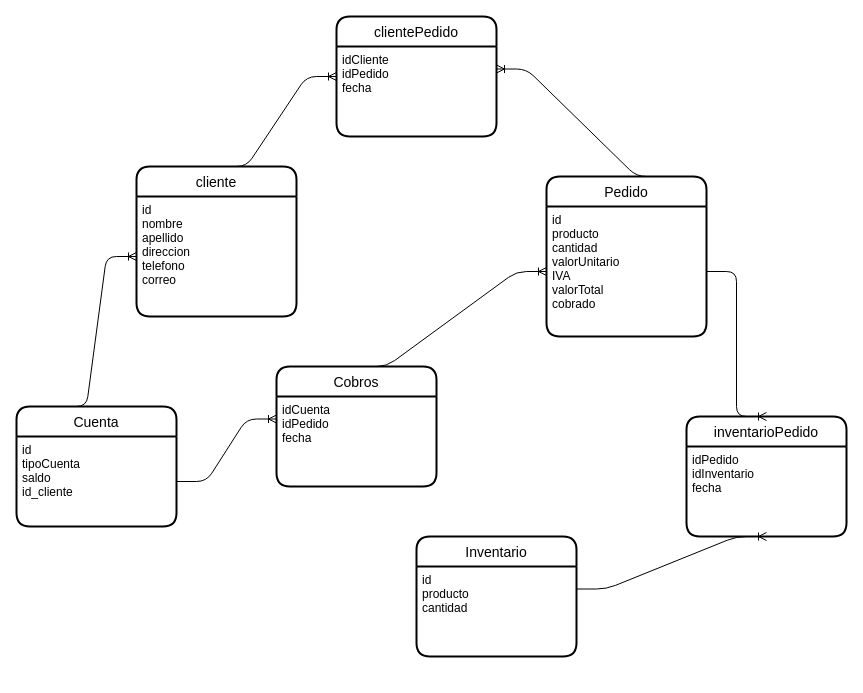
alejos17/MinTic2022-Ciclo2 keeps this draw.io diagram as page "Page-3" (3 of 3) of Untitled Diagram.drawio. Above is the earlier version. Source tidied: cells renumbered, new cells numbered last; positions are measured from the earlier drawing's top-left corner, leaving out a move shared by most shapes. Both pictures are drawn from the tidied source at 100%, with x=0, y=0 at pixel (16, 16).
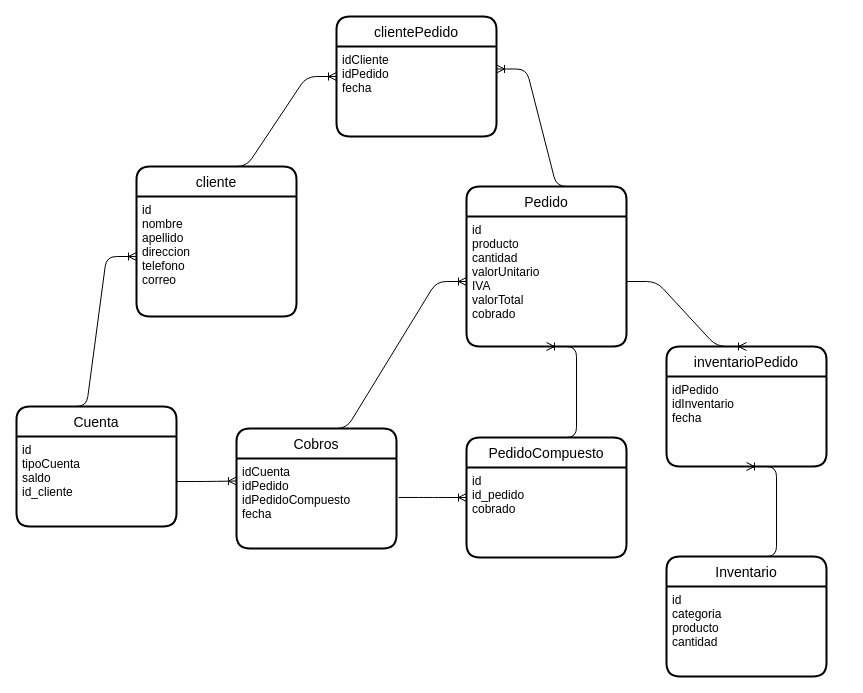
After the change.

Unchanged cells that the change refers to:
```xml
<mxCell id="7" value="id&#10;producto&#10;cantidad&#10;valorUnitario&#10;IVA&#10;valorTotal&#10;cobrado&#10;" style="align=left;strokeColor=none;fillColor=none;spacingLeft=4;fontSize=12;verticalAlign=top;" parent="6" vertex="1">
  <mxGeometry y="30" width="160" height="130" as="geometry" />
</mxCell>
<mxCell id="16" value="idPedido&#10;idInventario&#10;fecha&#10;" style="align=left;strokeColor=none;fillColor=none;spacingLeft=4;fontSize=12;verticalAlign=top;" parent="15" vertex="1">
  <mxGeometry y="30" width="160" height="90" as="geometry" />
</mxCell>
```

What changed in the source:
```diff
@@
     <mxCell id="6" value="Pedido" style="swimlane;horizontal=1;startSize=30;rounded=1;fontSize=14;fontStyle=0;strokeWidth=2;shadow=0;dashed=0;align=center;" parent="1" vertex="1">
-      <mxGeometry x="530" y="160" width="160" height="160" as="geometry" />
+      <mxGeometry x="450" y="170" width="160" height="160" as="geometry" />
     </mxCell>
@@
     <mxCell id="8" value="Inventario" style="swimlane;horizontal=1;startSize=30;rounded=1;fontSize=14;fontStyle=0;strokeWidth=2;shadow=0;dashed=0;align=center;" parent="1" vertex="1">
-      <mxGeometry x="400" y="520" width="160" height="120" as="geometry" />
+      <mxGeometry x="650" y="540" width="160" height="120" as="geometry" />
     </mxCell>
-    <mxCell id="9" value="id&#10;producto&#10;cantidad&#10;" style="align=left;strokeColor=none;fillColor=none;spacingLeft=4;fontSize=12;verticalAlign=top;" parent="8" vertex="1">
+    <mxCell id="9" value="id&#10;categoria&#10;producto&#10;cantidad&#10;" style="align=left;strokeColor=none;fillColor=none;spacingLeft=4;fontSize=12;verticalAlign=top;" parent="8" vertex="1">
       <mxGeometry y="30" width="160" height="90" as="geometry" />
     </mxCell>
@@
     <mxCell id="15" value="inventarioPedido" style="swimlane;horizontal=1;startSize=30;rounded=1;fontSize=14;fontStyle=0;strokeWidth=2;shadow=0;dashed=0;align=center;" parent="1" vertex="1">
-      <mxGeometry x="670" y="400" width="160" height="120" as="geometry" />
+      <mxGeometry x="650" y="330" width="160" height="120" as="geometry" />
     </mxCell>
@@
-    <mxCell id="18" style="edgeStyle=entityRelationEdgeStyle;fontSize=12;html=1;endArrow=ERoneToMany;entryX=0.5;entryY=1;entryDx=0;entryDy=0;exitX=1;exitY=0.25;exitDx=0;exitDy=0;" parent="1" edge="1" source="9" target="16">
+    <mxCell id="18" style="edgeStyle=entityRelationEdgeStyle;fontSize=12;html=1;endArrow=ERoneToMany;entryX=0.5;entryY=1;entryDx=0;entryDy=0;exitX=0.5;exitY=0;exitDx=0;exitDy=0;" parent="1" edge="1" source="8" target="16">
       <mxGeometry relative="1" as="geometry" />
     </mxCell>
     <mxCell id="19" value="Cobros" style="swimlane;horizontal=1;startSize=30;rounded=1;fontSize=14;fontStyle=0;strokeWidth=2;shadow=0;dashed=0;align=center;" parent="1" vertex="1">
-      <mxGeometry x="260" y="350" width="160" height="120" as="geometry" />
+      <mxGeometry x="220" y="412" width="160" height="120" as="geometry" />
     </mxCell>
-    <mxCell id="20" value="idCuenta&#10;idPedido&#10;fecha&#10;" style="align=left;strokeColor=none;fillColor=none;spacingLeft=4;fontSize=12;verticalAlign=top;" parent="19" vertex="1">
+    <mxCell id="20" value="idCuenta&#10;idPedido&#10;idPedidoCompuesto&#10;fecha" style="align=left;strokeColor=none;fillColor=none;spacingLeft=4;fontSize=12;verticalAlign=top;" parent="19" vertex="1">
       <mxGeometry y="30" width="160" height="90" as="geometry" />
     </mxCell>
@@
+    <mxCell id="23" value="PedidoCompuesto" style="swimlane;horizontal=1;startSize=30;rounded=1;fontSize=14;fontStyle=0;strokeWidth=2;shadow=0;dashed=0;align=center;" parent="1" vertex="1">
+      <mxGeometry x="450" y="421" width="160" height="120" as="geometry" />
+    </mxCell>
+    <mxCell id="24" value="id&#10;id_pedido&#10;cobrado&#10;" style="align=left;strokeColor=none;fillColor=none;spacingLeft=4;fontSize=12;verticalAlign=top;" parent="23" vertex="1">
+      <mxGeometry y="30" width="160" height="90" as="geometry" />
+    </mxCell>
+    <mxCell id="25" style="edgeStyle=entityRelationEdgeStyle;fontSize=12;html=1;endArrow=ERoneToMany;entryX=0.5;entryY=1;entryDx=0;entryDy=0;exitX=0.5;exitY=0;exitDx=0;exitDy=0;" parent="1" edge="1" source="23" target="7">
+      <mxGeometry relative="1" as="geometry" />
+    </mxCell>
+    <mxCell id="26" style="edgeStyle=entityRelationEdgeStyle;fontSize=12;html=1;endArrow=ERoneToMany;entryX=0;entryY=0.5;entryDx=0;entryDy=0;exitX=1.013;exitY=0.433;exitDx=0;exitDy=0;exitPerimeter=0;" parent="1" edge="1" source="20" target="23">
+      <mxGeometry relative="1" as="geometry" />
+    </mxCell>
```
